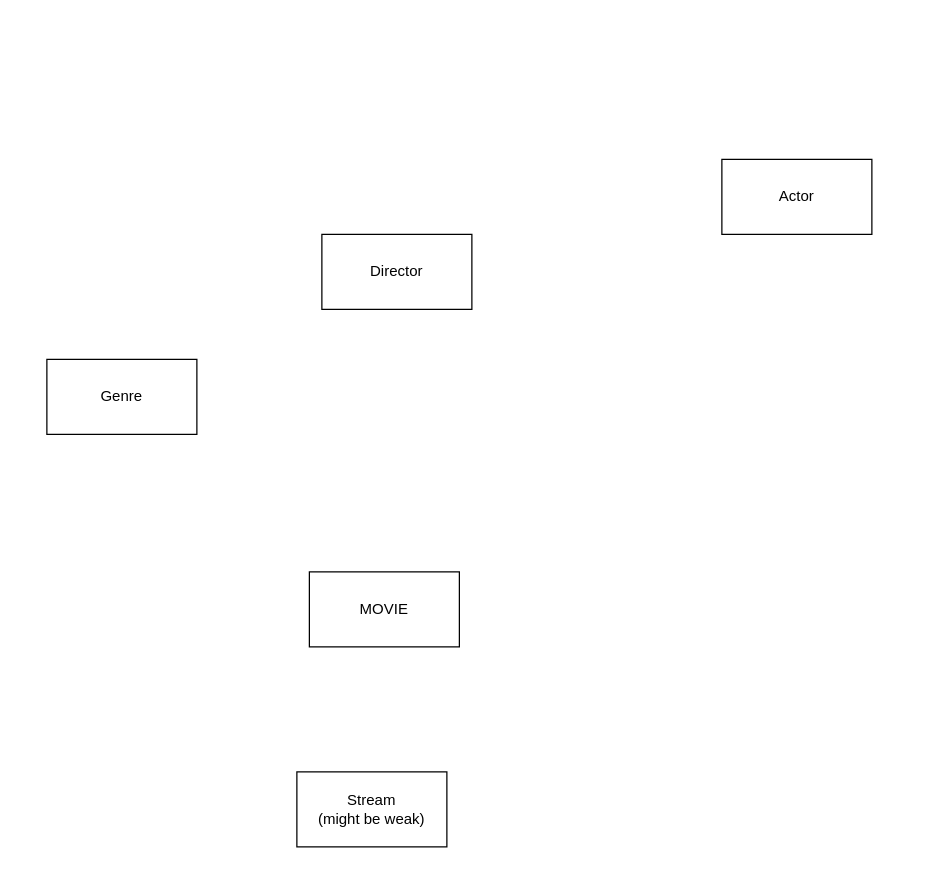
The draw.io diagram MovieBaseEER.drawio in miguelTrC/MovieBaseDB, before the edit. Source tidied: cells renumbered, new cells numbered last; positions are measured from the earlier drawing's top-left corner, leaving out a move shared by most shapes. Both pictures are drawn from the tidied source at 125%, with x=0, y=0 at pixel (46, 159).
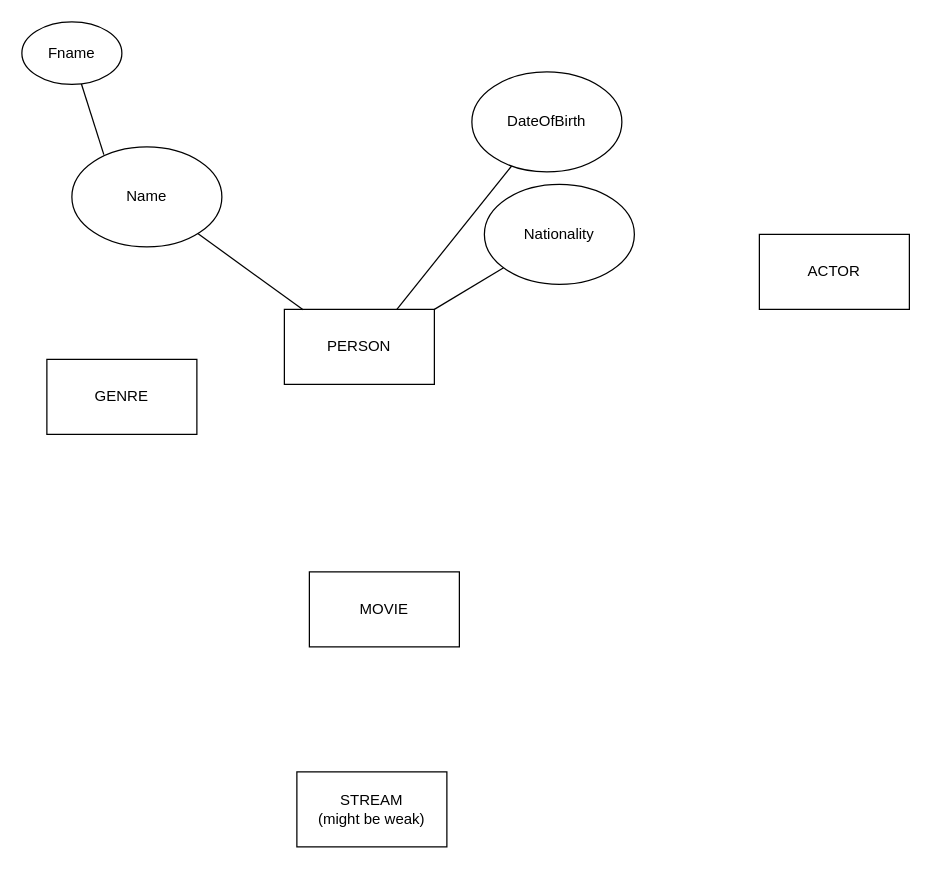
Above is the later version.

Commit message:
Adding a PERSON Entity to minimize redundency between DIRECTOR and ACTOR

Diff of the diagram source:
```diff
@@
 <mxGraphModel>
   <root>
     <mxCell id="0" />
     <mxCell id="1" parent="0" />
     <mxCell id="2" value="MOVIE" style="rounded=0;whiteSpace=wrap;html=1;" parent="1" vertex="1">
       <mxGeometry x="210" y="330" width="120" height="60" as="geometry" />
     </mxCell>
-    <mxCell id="3" value="&lt;div&gt;Director&lt;/div&gt;" style="rounded=0;whiteSpace=wrap;html=1;" parent="1" vertex="1">
-      <mxGeometry x="220" y="60" width="120" height="60" as="geometry" />
+    <mxCell id="3" value="PERSON" style="rounded=0;whiteSpace=wrap;html=1;" parent="1" vertex="1">
+      <mxGeometry x="190" y="120" width="120" height="60" as="geometry" />
     </mxCell>
-    <mxCell id="4" value="Actor" style="rounded=0;whiteSpace=wrap;html=1;" parent="1" vertex="1">
-      <mxGeometry x="540" width="120" height="60" as="geometry" />
+    <mxCell id="4" value="ACTOR" style="rounded=0;whiteSpace=wrap;html=1;" parent="1" vertex="1">
+      <mxGeometry x="570" y="60" width="120" height="60" as="geometry" />
     </mxCell>
-    <mxCell id="5" value="&lt;div&gt;Genre&lt;br&gt;&lt;/div&gt;" style="rounded=0;whiteSpace=wrap;html=1;" parent="1" vertex="1">
+    <mxCell id="5" value="GENRE" style="rounded=0;whiteSpace=wrap;html=1;" parent="1" vertex="1">
       <mxGeometry y="160" width="120" height="60" as="geometry" />
     </mxCell>
-    <mxCell id="6" value="&lt;div&gt;Stream&lt;/div&gt;&lt;div&gt;(might be weak)&lt;br&gt;&lt;/div&gt;" style="whiteSpace=wrap;html=1;" parent="1" vertex="1">
+    <mxCell id="6" value="&lt;div&gt;STREAM&lt;/div&gt;&lt;div&gt;(might be weak)&lt;br&gt;&lt;/div&gt;" style="whiteSpace=wrap;html=1;" parent="1" vertex="1">
       <mxGeometry x="200" y="490" width="120" height="60" as="geometry" />
     </mxCell>
+    <mxCell id="7" style="endArrow=none;html=1;rounded=0;fontSize=12;startSize=8;endSize=8;curved=1;exitX=0.125;exitY=0.006;exitDx=0;exitDy=0;exitPerimeter=0;" parent="1" edge="1" source="3" target="8">
+      <mxGeometry relative="1" as="geometry" />
+    </mxCell>
+    <mxCell id="8" value="Name" style="ellipse;whiteSpace=wrap;html=1;" parent="1" vertex="1">
+      <mxGeometry x="20" y="-10" width="120" height="80" as="geometry" />
+    </mxCell>
+    <mxCell id="9" style="endArrow=none;html=1;rounded=0;fontSize=12;startSize=8;endSize=8;curved=1;exitX=0.75;exitY=0;exitDx=0;exitDy=0;" parent="1" edge="1" source="3" target="10">
+      <mxGeometry relative="1" as="geometry" />
+    </mxCell>
+    <mxCell id="10" value="DateOfBirth" style="ellipse;whiteSpace=wrap;html=1;" parent="1" vertex="1">
+      <mxGeometry x="340" y="-70" width="120" height="80" as="geometry" />
+    </mxCell>
+    <mxCell id="11" style="endArrow=none;html=1;rounded=0;fontSize=12;startSize=8;endSize=8;curved=1;" parent="1" edge="1" target="12">
+      <mxGeometry relative="1" as="geometry">
+        <mxPoint x="310" y="120" as="sourcePoint" />
+      </mxGeometry>
+    </mxCell>
+    <mxCell id="12" value="Nationality" style="ellipse;whiteSpace=wrap;html=1;" parent="1" vertex="1">
+      <mxGeometry x="350" y="20" width="120" height="80" as="geometry" />
+    </mxCell>
+    <mxCell id="13" style="endArrow=none;html=1;rounded=0;fontSize=12;startSize=8;endSize=8;curved=1;exitX=0.213;exitY=0.078;exitDx=0;exitDy=0;exitPerimeter=0;" parent="1" edge="1" source="8" target="14">
+      <mxGeometry relative="1" as="geometry" />
+    </mxCell>
+    <mxCell id="14" value="Fname" style="ellipse;whiteSpace=wrap;html=1;" parent="1" vertex="1">
+      <mxGeometry x="-20" y="-110" width="80" height="50" as="geometry" />
+    </mxCell>
   </root>
 </mxGraphModel>
```
